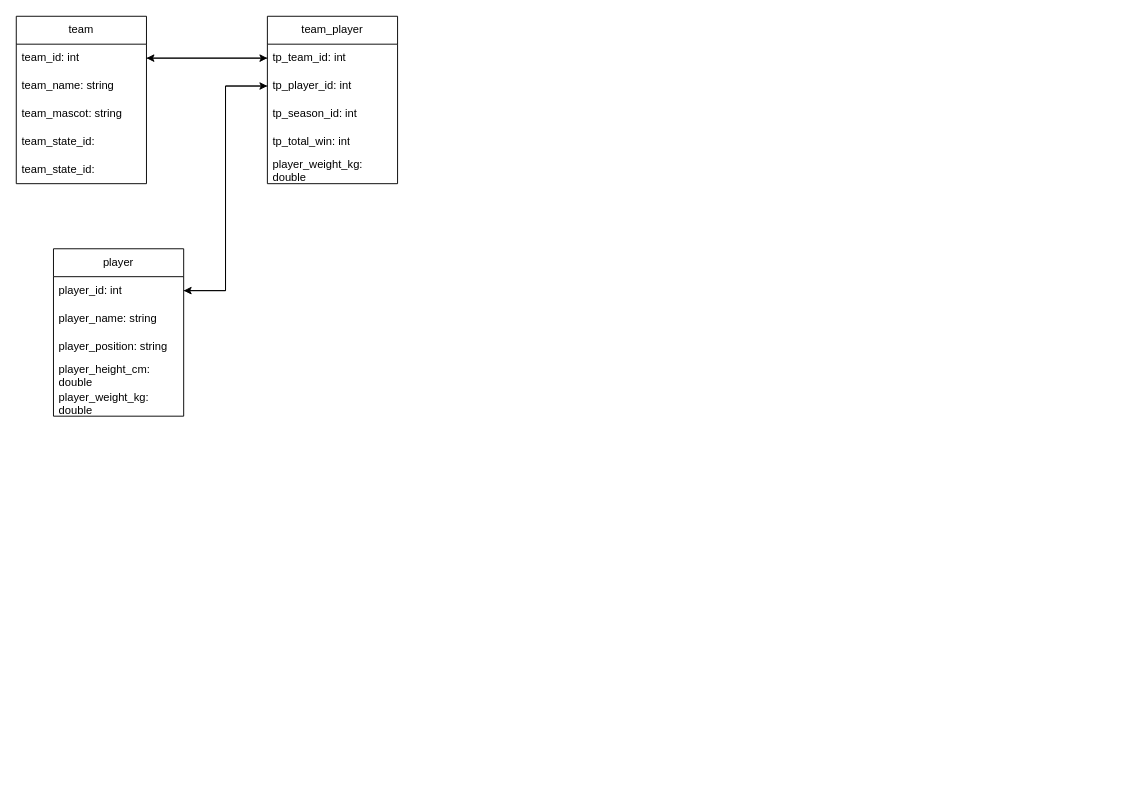
The draw.io diagram er_diagram.drawio in Fin-NewWin/cse111-project, before the edit. Source tidied: cells renumbered, new cells numbered last; positions are measured from the earlier drawing's top-left corner, leaving out a move shared by most shapes. Both pictures are drawn from the tidied source at 93%, with x=0, y=0 at pixel (16, 16).
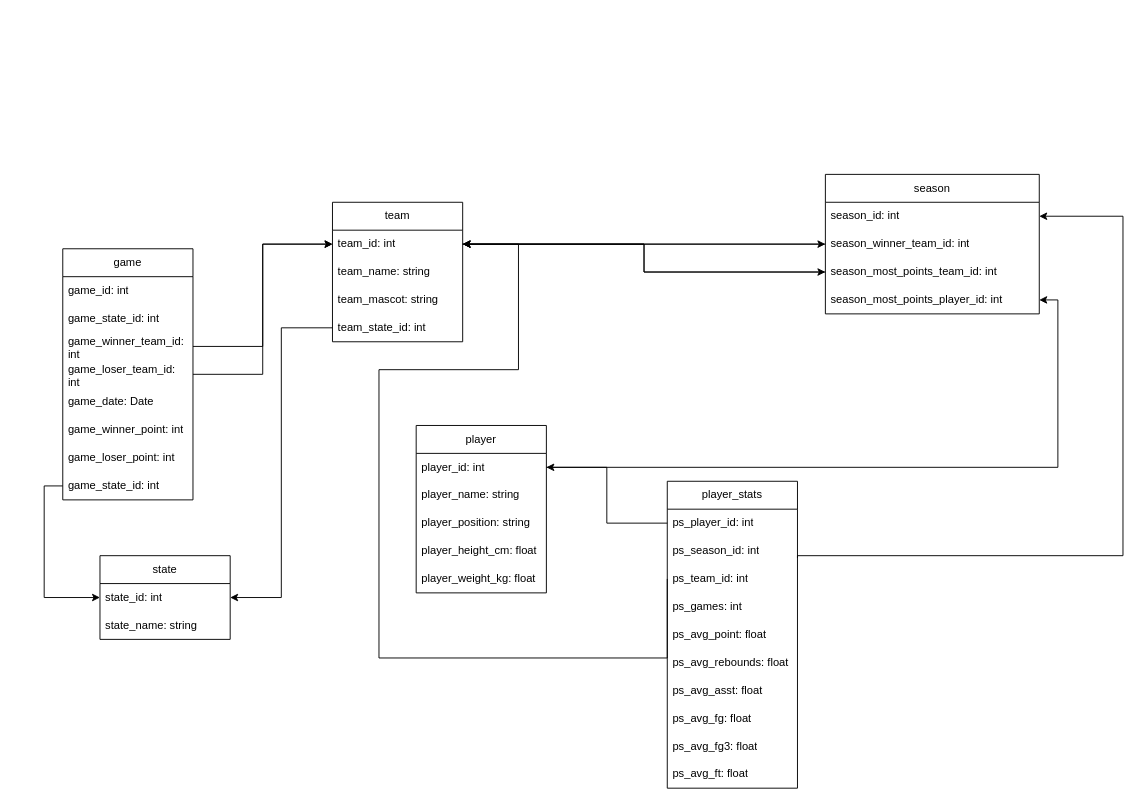
The same page after the edit.

Unchanged cells that the change refers to:
```xml
<mxCell id="3" value="team_id: int" style="text;strokeColor=none;fillColor=none;align=left;verticalAlign=middle;spacingLeft=4;spacingRight=4;overflow=hidden;points=[[0,0.5],[1,0.5]];portConstraint=eastwest;whiteSpace=wrap;html=1;" parent="2" vertex="1">
  <mxGeometry y="30" width="140" height="30" as="geometry" />
</mxCell>
<mxCell id="9" value="player_id: int" style="text;strokeColor=none;fillColor=none;align=left;verticalAlign=middle;spacingLeft=4;spacingRight=4;overflow=hidden;points=[[0,0.5],[1,0.5]];portConstraint=eastwest;whiteSpace=wrap;html=1;" parent="8" vertex="1">
  <mxGeometry y="30" width="140" height="30" as="geometry" />
</mxCell>
```

The edit, as a diff of the source:
```diff
@@
     <mxCell id="2" value="team" style="swimlane;fontStyle=0;horizontal=1;startSize=30;whiteSpace=wrap;html=1;" parent="1" vertex="1">
-      <mxGeometry width="140" height="180" as="geometry" />
+      <mxGeometry x="340" y="200" width="140" height="150" as="geometry" />
     </mxCell>
@@
-    <mxCell id="6" value="team_state_id:" style="text;strokeColor=none;fillColor=none;align=left;verticalAlign=middle;spacingLeft=4;spacingRight=4;overflow=hidden;points=[[0,0.5],[1,0.5]];portConstraint=eastwest;whiteSpace=wrap;html=1;" parent="2" vertex="1">
+    <mxCell id="6" value="team_state_id: int" style="text;strokeColor=none;fillColor=none;align=left;verticalAlign=middle;spacingLeft=4;spacingRight=4;overflow=hidden;points=[[0,0.5],[1,0.5]];portConstraint=eastwest;whiteSpace=wrap;html=1;" parent="2" vertex="1">
       <mxGeometry y="120" width="140" height="30" as="geometry" />
     </mxCell>
-    <mxCell id="7" value="team_state_id:" style="text;strokeColor=none;fillColor=none;align=left;verticalAlign=middle;spacingLeft=4;spacingRight=4;overflow=hidden;whiteSpace=wrap;html=1;" parent="2" vertex="1">
-      <mxGeometry y="150" width="140" height="30" as="geometry" />
-    </mxCell>
     <mxCell id="8" value="player" style="swimlane;fontStyle=0;horizontal=1;startSize=30;whiteSpace=wrap;html=1;" parent="1" vertex="1">
-      <mxGeometry x="40" y="250" width="140" height="180" as="geometry" />
+      <mxGeometry x="430" y="440" width="140" height="180" as="geometry" />
     </mxCell>
@@
-    <mxCell id="12" value="player_height_cm: double" style="text;strokeColor=none;fillColor=none;align=left;verticalAlign=middle;spacingLeft=4;spacingRight=4;overflow=hidden;whiteSpace=wrap;html=1;" parent="8" vertex="1">
+    <mxCell id="12" value="player_height_cm: float" style="text;strokeColor=none;fillColor=none;align=left;verticalAlign=middle;spacingLeft=4;spacingRight=4;overflow=hidden;whiteSpace=wrap;html=1;" parent="8" vertex="1">
       <mxGeometry y="120" width="140" height="30" as="geometry" />
     </mxCell>
-    <mxCell id="13" value="player_weight_kg: double" style="text;strokeColor=none;fillColor=none;align=left;verticalAlign=middle;spacingLeft=4;spacingRight=4;overflow=hidden;whiteSpace=wrap;html=1;" parent="8" vertex="1">
+    <mxCell id="13" value="player_weight_kg: float" style="text;strokeColor=none;fillColor=none;align=left;verticalAlign=middle;spacingLeft=4;spacingRight=4;overflow=hidden;whiteSpace=wrap;html=1;" parent="8" vertex="1">
       <mxGeometry y="150" width="140" height="30" as="geometry" />
     </mxCell>
-    <mxCell id="14" value="team_player" style="swimlane;fontStyle=0;horizontal=1;startSize=30;whiteSpace=wrap;html=1;" parent="1" vertex="1">
-      <mxGeometry x="270" width="140" height="180" as="geometry" />
-    </mxCell>
-    <mxCell id="15" value="tp_team_id: int" style="text;strokeColor=none;fillColor=none;align=left;verticalAlign=middle;spacingLeft=4;spacingRight=4;overflow=hidden;points=[[0,0.5],[1,0.5]];portConstraint=eastwest;whiteSpace=wrap;html=1;" parent="14" vertex="1">
-      <mxGeometry y="30" width="140" height="30" as="geometry" />
-    </mxCell>
-    <mxCell id="16" value="tp_player_id: int" style="text;strokeColor=none;fillColor=none;align=left;verticalAlign=middle;spacingLeft=4;spacingRight=4;overflow=hidden;points=[[0,0.5],[1,0.5]];portConstraint=eastwest;whiteSpace=wrap;html=1;" parent="14" vertex="1">
-      <mxGeometry y="60" width="140" height="30" as="geometry" />
-    </mxCell>
-    <mxCell id="17" value="tp_season_id: int" style="text;strokeColor=none;fillColor=none;align=left;verticalAlign=middle;spacingLeft=4;spacingRight=4;overflow=hidden;whiteSpace=wrap;html=1;" parent="14" vertex="1">
-      <mxGeometry y="90" width="140" height="30" as="geometry" />
-    </mxCell>
-    <mxCell id="18" value="tp_total_win: int" style="text;strokeColor=none;fillColor=none;align=left;verticalAlign=middle;spacingLeft=4;spacingRight=4;overflow=hidden;whiteSpace=wrap;html=1;" parent="14" vertex="1">
-      <mxGeometry y="120" width="140" height="30" as="geometry" />
-    </mxCell>
-    <mxCell id="19" value="player_weight_kg: double" style="text;strokeColor=none;fillColor=none;align=left;verticalAlign=middle;spacingLeft=4;spacingRight=4;overflow=hidden;whiteSpace=wrap;html=1;" parent="14" vertex="1">
-      <mxGeometry y="150" width="140" height="30" as="geometry" />
-    </mxCell>
-    <mxCell id="20" style="edgeStyle=orthogonalEdgeStyle;rounded=0;jettySize=auto;html=1;exitX=1;exitY=0.5;exitDx=0;exitDy=0;entryX=0;entryY=0.5;entryDx=0;entryDy=0;" parent="1" edge="1" source="3" target="15">
-      <mxGeometry relative="1" as="geometry" />
-    </mxCell>
-    <mxCell id="21" style="edgeStyle=orthogonalEdgeStyle;rounded=0;jettySize=auto;html=1;exitX=0;exitY=0.5;exitDx=0;exitDy=0;entryX=1;entryY=0.5;entryDx=0;entryDy=0;" parent="1" edge="1" source="15" target="3">
-      <mxGeometry relative="1" as="geometry" />
-    </mxCell>
-    <mxCell id="22" style="edgeStyle=orthogonalEdgeStyle;rounded=0;jettySize=auto;html=1;exitX=1;exitY=0.5;exitDx=0;exitDy=0;entryX=0;entryY=0.5;entryDx=0;entryDy=0;" parent="1" edge="1" source="9" target="16">
-      <mxGeometry relative="1" as="geometry" />
-    </mxCell>
-    <mxCell id="23" style="edgeStyle=orthogonalEdgeStyle;rounded=0;jettySize=auto;html=1;exitX=0;exitY=0.5;exitDx=0;exitDy=0;entryX=1;entryY=0.5;entryDx=0;entryDy=0;" parent="1" edge="1" source="16" target="9">
-      <mxGeometry relative="1" as="geometry" />
-    </mxCell>
+    <mxCell id="24" value="game" style="swimlane;fontStyle=0;horizontal=1;startSize=30;whiteSpace=wrap;html=1;" parent="1" vertex="1">
+      <mxGeometry x="50" y="250" width="140" height="270" as="geometry" />
+    </mxCell>
+    <mxCell id="25" value="game_id: int" style="text;strokeColor=none;fillColor=none;align=left;verticalAlign=middle;spacingLeft=4;spacingRight=4;overflow=hidden;whiteSpace=wrap;html=1;" parent="24" vertex="1">
+      <mxGeometry y="30" width="140" height="30" as="geometry" />
+    </mxCell>
+    <mxCell id="26" value="game_state_id: int" style="text;strokeColor=none;fillColor=none;align=left;verticalAlign=middle;spacingLeft=4;spacingRight=4;overflow=hidden;whiteSpace=wrap;html=1;" parent="24" vertex="1">
+      <mxGeometry y="60" width="140" height="30" as="geometry" />
+    </mxCell>
+    <mxCell id="27" value="game_winner_team_id: int" style="text;strokeColor=none;fillColor=none;align=left;verticalAlign=middle;spacingLeft=4;spacingRight=4;overflow=hidden;points=[[0,0.5],[1,0.5]];portConstraint=eastwest;whiteSpace=wrap;html=1;" parent="24" vertex="1">
+      <mxGeometry y="90" width="140" height="30" as="geometry" />
+    </mxCell>
+    <mxCell id="28" value="game_loser_team_id: int" style="text;strokeColor=none;fillColor=none;align=left;verticalAlign=middle;spacingLeft=4;spacingRight=4;overflow=hidden;points=[[0,0.5],[1,0.5]];portConstraint=eastwest;whiteSpace=wrap;html=1;" parent="24" vertex="1">
+      <mxGeometry y="120" width="140" height="30" as="geometry" />
+    </mxCell>
+    <mxCell id="29" value="game_date: Date" style="text;strokeColor=none;fillColor=none;align=left;verticalAlign=middle;spacingLeft=4;spacingRight=4;overflow=hidden;whiteSpace=wrap;html=1;" parent="24" vertex="1">
+      <mxGeometry y="150" width="140" height="30" as="geometry" />
+    </mxCell>
+    <mxCell id="30" value="game_winner_point: int" style="text;strokeColor=none;fillColor=none;align=left;verticalAlign=middle;spacingLeft=4;spacingRight=4;overflow=hidden;whiteSpace=wrap;html=1;" parent="24" vertex="1">
+      <mxGeometry y="180" width="140" height="30" as="geometry" />
+    </mxCell>
+    <mxCell id="31" value="game_loser_point: int" style="text;strokeColor=none;fillColor=none;align=left;verticalAlign=middle;spacingLeft=4;spacingRight=4;overflow=hidden;whiteSpace=wrap;html=1;" parent="24" vertex="1">
+      <mxGeometry y="210" width="140" height="30" as="geometry" />
+    </mxCell>
+    <mxCell id="32" value="game_state_id: int" style="text;strokeColor=none;fillColor=none;align=left;verticalAlign=middle;spacingLeft=4;spacingRight=4;overflow=hidden;points=[[0,0.5],[1,0.5]];portConstraint=eastwest;whiteSpace=wrap;html=1;" parent="24" vertex="1">
+      <mxGeometry y="240" width="140" height="30" as="geometry" />
+    </mxCell>
+    <mxCell id="33" style="edgeStyle=orthogonalEdgeStyle;rounded=0;jettySize=auto;html=1;exitX=1;exitY=0.5;exitDx=0;exitDy=0;entryX=0;entryY=0.5;entryDx=0;entryDy=0;" parent="1" edge="1" source="27" target="3">
+      <mxGeometry relative="1" as="geometry" />
+    </mxCell>
+    <mxCell id="34" style="edgeStyle=orthogonalEdgeStyle;rounded=0;jettySize=auto;html=1;exitX=1;exitY=0.5;exitDx=0;exitDy=0;entryX=0;entryY=0.5;entryDx=0;entryDy=0;" parent="1" edge="1" source="28" target="3">
+      <mxGeometry relative="1" as="geometry" />
+    </mxCell>
+    <mxCell id="35" style="edgeStyle=orthogonalEdgeStyle;rounded=0;jettySize=auto;html=1;exitX=1;exitY=0.25;exitDx=0;exitDy=0;entryX=1;entryY=0.5;entryDx=0;entryDy=0;" parent="1" edge="1" source="36" target="48">
+      <mxGeometry relative="1" as="geometry">
+        <Array as="points">
+          <mxPoint x="840" y="580" />
+          <mxPoint x="1190" y="580" />
+          <mxPoint x="1190" y="215" />
+        </Array>
+      </mxGeometry>
+    </mxCell>
+    <mxCell id="36" value="player_stats" style="swimlane;fontStyle=0;horizontal=1;startSize=30;whiteSpace=wrap;html=1;" parent="1" vertex="1">
+      <mxGeometry x="700" y="500" width="140" height="330" as="geometry" />
+    </mxCell>
+    <mxCell id="37" value="ps_player_id: int" style="text;strokeColor=none;fillColor=none;align=left;verticalAlign=middle;spacingLeft=4;spacingRight=4;overflow=hidden;points=[[0,0.5],[1,0.5]];portConstraint=eastwest;whiteSpace=wrap;html=1;" parent="36" vertex="1">
+      <mxGeometry y="30" width="140" height="30" as="geometry" />
+    </mxCell>
+    <mxCell id="38" value="ps_season_id: int" style="text;strokeColor=none;fillColor=none;align=left;verticalAlign=middle;spacingLeft=4;spacingRight=4;overflow=hidden;whiteSpace=wrap;html=1;" parent="36" vertex="1">
+      <mxGeometry y="60" width="140" height="30" as="geometry" />
+    </mxCell>
+    <mxCell id="39" value="ps_team_id: int" style="text;strokeColor=none;fillColor=none;align=left;verticalAlign=middle;spacingLeft=4;spacingRight=4;overflow=hidden;points=[[0,0.5],[1,0.5]];portConstraint=eastwest;whiteSpace=wrap;html=1;" parent="36" vertex="1">
+      <mxGeometry y="90" width="140" height="30" as="geometry" />
+    </mxCell>
+    <mxCell id="40" value="ps_games: int" style="text;strokeColor=none;fillColor=none;align=left;verticalAlign=middle;spacingLeft=4;spacingRight=4;overflow=hidden;whiteSpace=wrap;html=1;" parent="36" vertex="1">
+      <mxGeometry y="120" width="140" height="30" as="geometry" />
+    </mxCell>
+    <mxCell id="41" value="ps_avg_point: float" style="text;strokeColor=none;fillColor=none;align=left;verticalAlign=middle;spacingLeft=4;spacingRight=4;overflow=hidden;whiteSpace=wrap;html=1;" parent="36" vertex="1">
+      <mxGeometry y="150" width="140" height="30" as="geometry" />
+    </mxCell>
+    <mxCell id="42" value="ps_avg_rebounds: float" style="text;strokeColor=none;fillColor=none;align=left;verticalAlign=middle;spacingLeft=4;spacingRight=4;overflow=hidden;whiteSpace=wrap;html=1;" parent="36" vertex="1">
+      <mxGeometry y="180" width="140" height="30" as="geometry" />
+    </mxCell>
+    <mxCell id="43" value="ps_avg_asst: float" style="text;strokeColor=none;fillColor=none;align=left;verticalAlign=middle;spacingLeft=4;spacingRight=4;overflow=hidden;whiteSpace=wrap;html=1;" parent="36" vertex="1">
+      <mxGeometry y="210" width="140" height="30" as="geometry" />
+    </mxCell>
+    <mxCell id="44" value="ps_avg_fg: float" style="text;strokeColor=none;fillColor=none;align=left;verticalAlign=middle;spacingLeft=4;spacingRight=4;overflow=hidden;whiteSpace=wrap;html=1;" parent="36" vertex="1">
+      <mxGeometry y="240" width="140" height="30" as="geometry" />
+    </mxCell>
+    <mxCell id="45" value="ps_avg_fg3: float" style="text;strokeColor=none;fillColor=none;align=left;verticalAlign=middle;spacingLeft=4;spacingRight=4;overflow=hidden;whiteSpace=wrap;html=1;" parent="36" vertex="1">
+      <mxGeometry y="270" width="140" height="30" as="geometry" />
+    </mxCell>
+    <mxCell id="46" value="ps_avg_ft: float" style="text;strokeColor=none;fillColor=none;align=left;verticalAlign=middle;spacingLeft=4;spacingRight=4;overflow=hidden;whiteSpace=wrap;html=1;" parent="36" vertex="1">
+      <mxGeometry y="300" width="140" height="30" as="geometry" />
+    </mxCell>
+    <mxCell id="47" value="season" style="swimlane;fontStyle=0;horizontal=1;startSize=30;whiteSpace=wrap;html=1;" parent="1" vertex="1">
+      <mxGeometry x="870" y="170" width="230" height="150" as="geometry" />
+    </mxCell>
+    <mxCell id="48" value="season_id: int" style="text;strokeColor=none;fillColor=none;align=left;verticalAlign=middle;spacingLeft=4;spacingRight=4;overflow=hidden;points=[[0,0.5],[1,0.5]];portConstraint=eastwest;whiteSpace=wrap;html=1;" parent="47" vertex="1">
+      <mxGeometry y="30" width="230" height="30" as="geometry" />
+    </mxCell>
+    <mxCell id="49" value="season_winner_team_id: int" style="text;strokeColor=none;fillColor=none;align=left;verticalAlign=middle;spacingLeft=4;spacingRight=4;overflow=hidden;points=[[0,0.5],[1,0.5]];portConstraint=eastwest;whiteSpace=wrap;html=1;" parent="47" vertex="1">
+      <mxGeometry y="60" width="230" height="30" as="geometry" />
+    </mxCell>
+    <mxCell id="50" value="season_most_points_team_id: int" style="text;strokeColor=none;fillColor=none;align=left;verticalAlign=middle;spacingLeft=4;spacingRight=4;overflow=hidden;points=[[0,0.5],[1,0.5]];portConstraint=eastwest;whiteSpace=wrap;html=1;" parent="47" vertex="1">
+      <mxGeometry y="90" width="230" height="30" as="geometry" />
+    </mxCell>
+    <mxCell id="51" value="season_most_points_player_id: int" style="text;strokeColor=none;fillColor=none;align=left;verticalAlign=middle;spacingLeft=4;spacingRight=4;overflow=hidden;points=[[0,0.5],[1,0.5]];portConstraint=eastwest;whiteSpace=wrap;html=1;" parent="47" vertex="1">
+      <mxGeometry y="120" width="230" height="30" as="geometry" />
+    </mxCell>
+    <mxCell id="52" style="edgeStyle=orthogonalEdgeStyle;rounded=0;jettySize=auto;html=1;exitX=0;exitY=0.5;exitDx=0;exitDy=0;entryX=1;entryY=0.5;entryDx=0;entryDy=0;" parent="1" edge="1" source="49" target="3">
+      <mxGeometry relative="1" as="geometry" />
+    </mxCell>
+    <mxCell id="53" value="state" style="swimlane;fontStyle=0;horizontal=1;startSize=30;whiteSpace=wrap;html=1;" parent="1" vertex="1">
+      <mxGeometry x="90" y="580" width="140" height="90" as="geometry" />
+    </mxCell>
+    <mxCell id="54" value="state_id: int" style="text;strokeColor=none;fillColor=none;align=left;verticalAlign=middle;spacingLeft=4;spacingRight=4;overflow=hidden;points=[[0,0.5],[1,0.5]];portConstraint=eastwest;whiteSpace=wrap;html=1;" parent="53" vertex="1">
+      <mxGeometry y="30" width="140" height="30" as="geometry" />
+    </mxCell>
+    <mxCell id="55" value="state_name: string" style="text;strokeColor=none;fillColor=none;align=left;verticalAlign=middle;spacingLeft=4;spacingRight=4;overflow=hidden;whiteSpace=wrap;html=1;" parent="53" vertex="1">
+      <mxGeometry y="60" width="140" height="30" as="geometry" />
+    </mxCell>
+    <mxCell id="56" style="edgeStyle=orthogonalEdgeStyle;rounded=0;jettySize=auto;html=1;exitX=0;exitY=0.5;exitDx=0;exitDy=0;entryX=0;entryY=0.5;entryDx=0;entryDy=0;" parent="1" edge="1" source="32" target="54">
+      <mxGeometry relative="1" as="geometry" />
+    </mxCell>
+    <mxCell id="57" style="edgeStyle=orthogonalEdgeStyle;rounded=0;jettySize=auto;html=1;exitX=0;exitY=0.5;exitDx=0;exitDy=0;entryX=1;entryY=0.5;entryDx=0;entryDy=0;" parent="1" edge="1" source="6" target="54">
+      <mxGeometry relative="1" as="geometry" />
+    </mxCell>
+    <mxCell id="58" style="edgeStyle=orthogonalEdgeStyle;rounded=0;jettySize=auto;html=1;exitX=0;exitY=0.5;exitDx=0;exitDy=0;entryX=1;entryY=0.5;entryDx=0;entryDy=0;" parent="1" edge="1" source="50" target="3">
+      <mxGeometry relative="1" as="geometry" />
+    </mxCell>
+    <mxCell id="59" style="edgeStyle=orthogonalEdgeStyle;rounded=0;jettySize=auto;html=1;exitX=1;exitY=0.5;exitDx=0;exitDy=0;entryX=1;entryY=0.5;entryDx=0;entryDy=0;" parent="1" edge="1" source="9" target="51">
+      <mxGeometry relative="1" as="geometry" />
+    </mxCell>
+    <mxCell id="60" style="edgeStyle=orthogonalEdgeStyle;rounded=0;jettySize=auto;html=1;exitX=1;exitY=0.5;exitDx=0;exitDy=0;entryX=0;entryY=0.5;entryDx=0;entryDy=0;" parent="1" edge="1" source="3" target="49">
+      <mxGeometry relative="1" as="geometry" />
+    </mxCell>
+    <mxCell id="61" style="edgeStyle=orthogonalEdgeStyle;rounded=0;jettySize=auto;html=1;exitX=1;exitY=0.5;exitDx=0;exitDy=0;entryX=0;entryY=0.5;entryDx=0;entryDy=0;" parent="1" edge="1" source="3" target="50">
+      <mxGeometry relative="1" as="geometry" />
+    </mxCell>
+    <mxCell id="62" style="edgeStyle=orthogonalEdgeStyle;rounded=0;jettySize=auto;html=1;exitX=0;exitY=0.5;exitDx=0;exitDy=0;entryX=1;entryY=0.5;entryDx=0;entryDy=0;" parent="1" edge="1" source="39" target="3">
+      <mxGeometry relative="1" as="geometry">
+        <Array as="points">
+          <mxPoint x="700" y="690" />
+          <mxPoint x="390" y="690" />
+          <mxPoint x="390" y="380" />
+          <mxPoint x="540" y="380" />
+          <mxPoint x="540" y="245" />
+        </Array>
+      </mxGeometry>
+    </mxCell>
+    <mxCell id="63" style="edgeStyle=orthogonalEdgeStyle;rounded=0;jettySize=auto;html=1;exitX=0;exitY=0.5;exitDx=0;exitDy=0;entryX=1;entryY=0.5;entryDx=0;entryDy=0;" parent="1" edge="1" source="37" target="9">
+      <mxGeometry relative="1" as="geometry" />
+    </mxCell>
```
